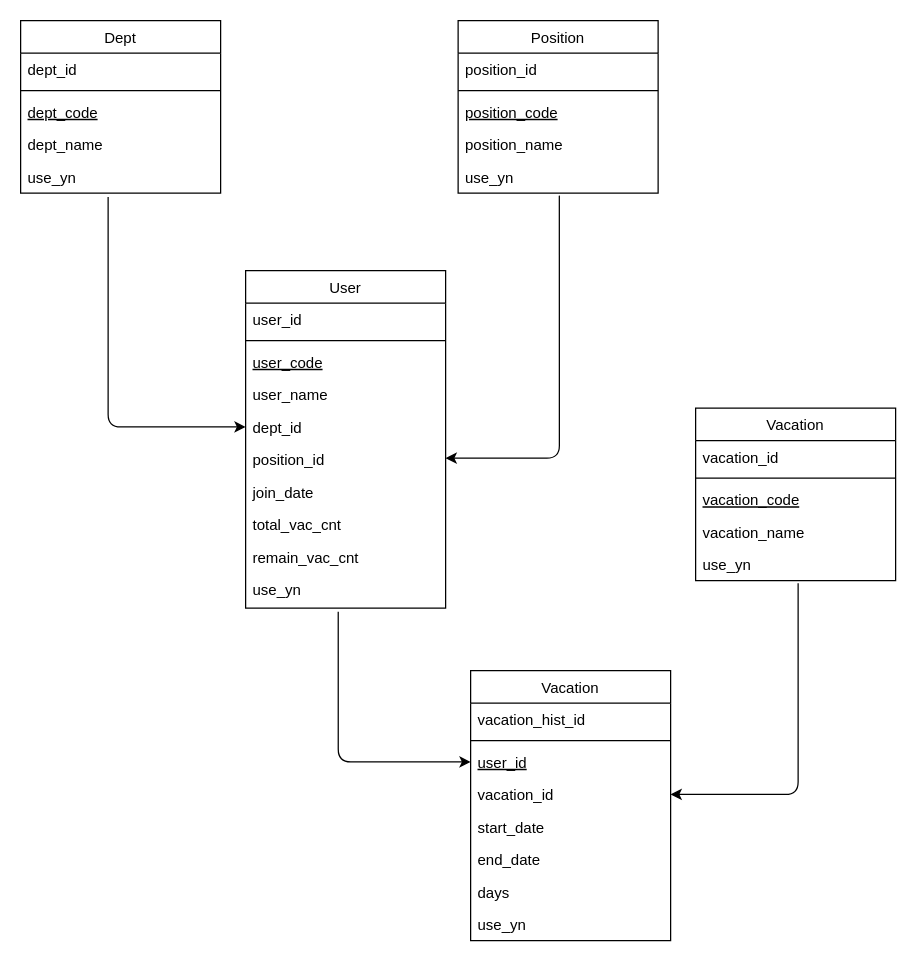
Before: database/테이블_관계도_V0.0.drawio in pablochen/front_vuejs, a draw.io diagram. Source tidied: cells renumbered, new cells numbered last; positions are measured from the earlier drawing's top-left corner, leaving out a move shared by most shapes. Both pictures are drawn from the tidied source at 125%, with x=0, y=0 at pixel (20, 20).
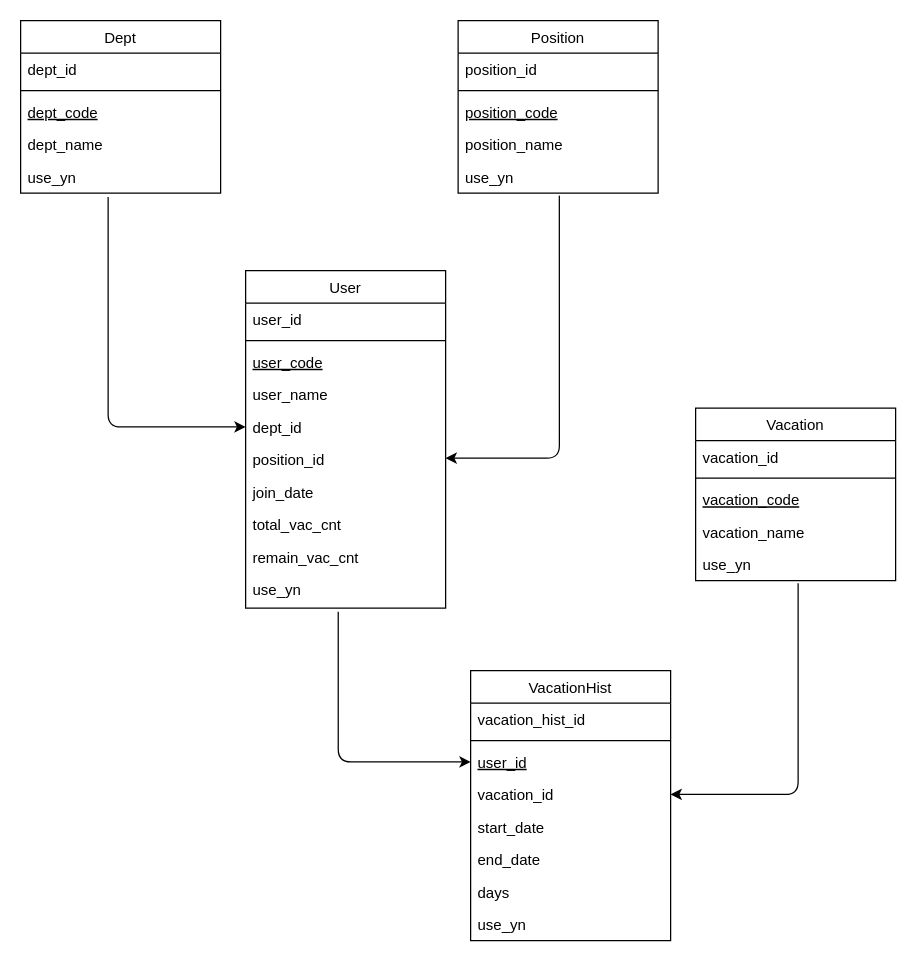
The same page after the edit.

Change to the diagram source:
```diff
@@
-    <mxCell id="27" value="Vacation&#10;" style="swimlane;fontStyle=0;align=center;verticalAlign=top;horizontal=1;startSize=26;rounded=0;shadow=0;strokeWidth=1;" parent="1" vertex="1">
+    <mxCell id="27" value="VacationHist&#10;" style="swimlane;fontStyle=0;align=center;verticalAlign=top;horizontal=1;startSize=26;rounded=0;shadow=0;strokeWidth=1;" parent="1" vertex="1">
       <mxGeometry x="360" y="520" width="160" height="216" as="geometry" />
     </mxCell>
```
